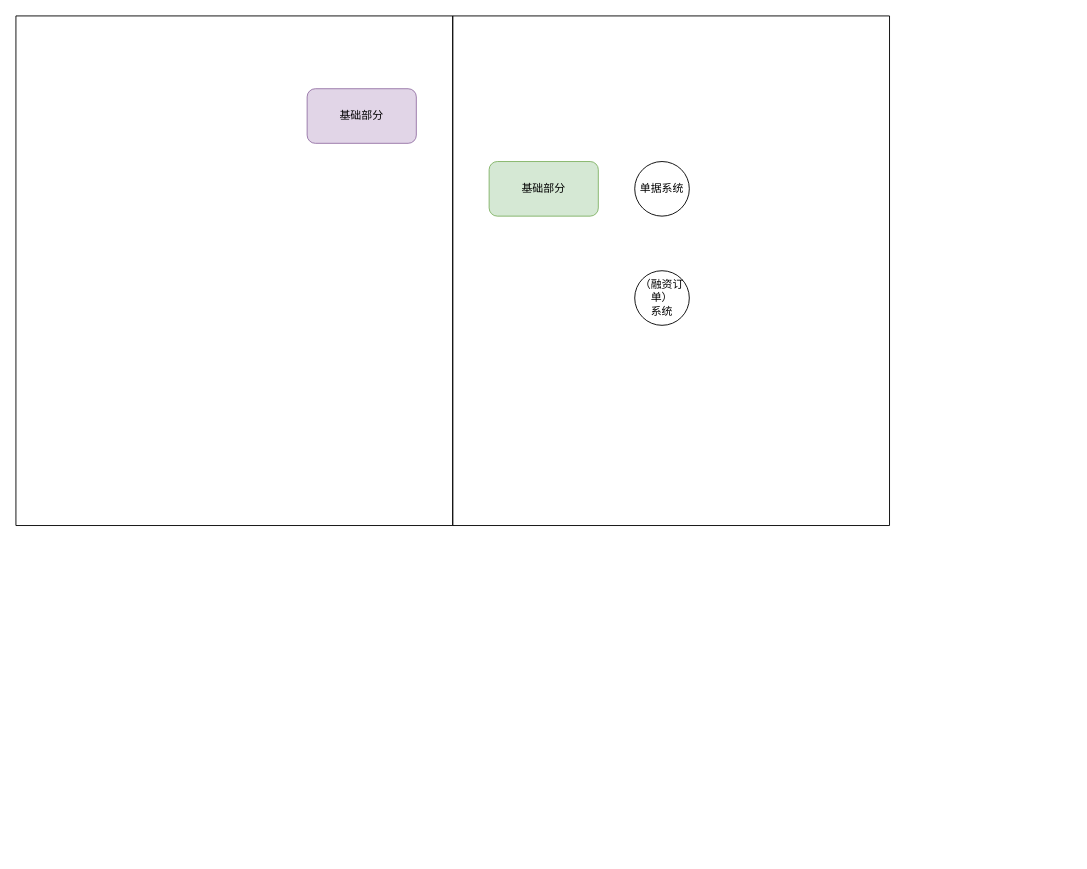
Earlier version of the draw.io diagram LLSI/电商&供应链金融对比.drawio (0573xieguojia/To-program). Source tidied: cells renumbered, new cells numbered last; positions are measured from the earlier drawing's top-left corner, leaving out a move shared by most shapes. Both pictures are drawn from the tidied source at 91%, with x=0, y=0 at pixel (15, 15).
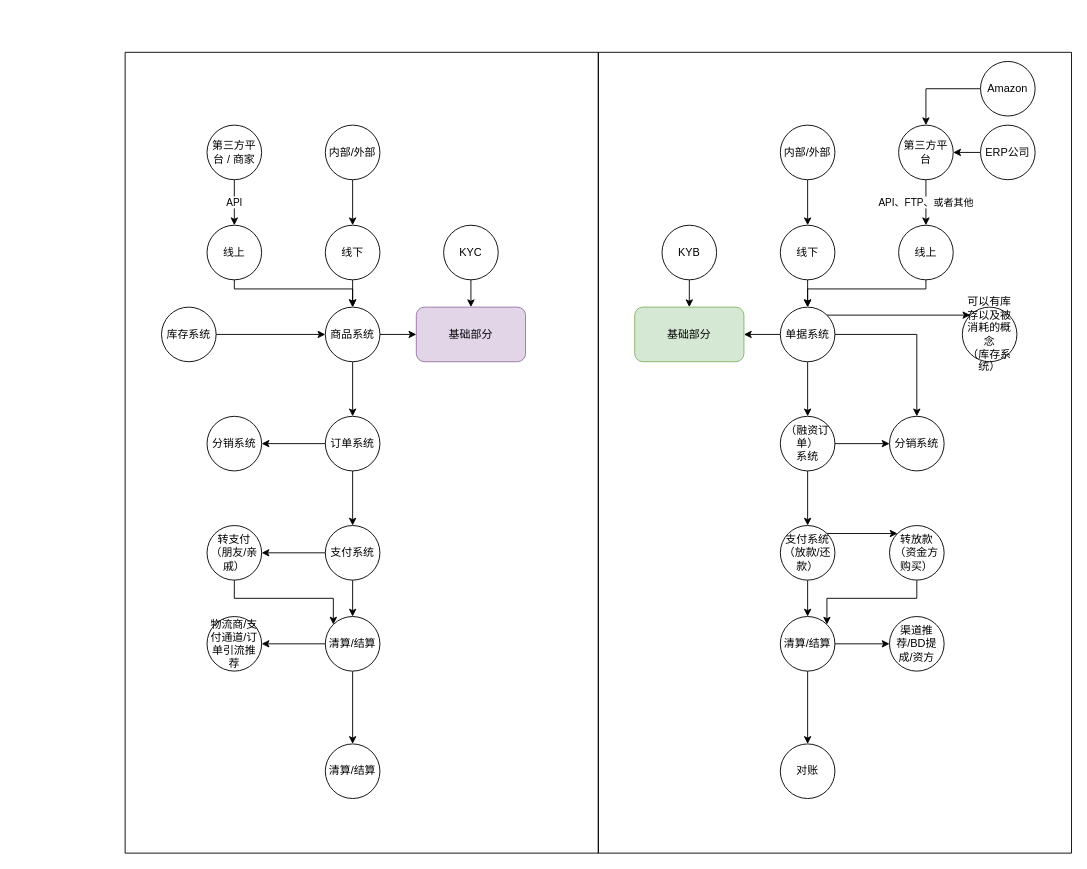
The same diagram, later.

Commit message:
更新电商&供应链金融对比.drawio

The edit, as a diff of the source:
```diff
@@
     <mxCell id="2" style="swimlane;startSize=0;" parent="1" vertex="1">
-      <mxGeometry width="480" height="560" as="geometry" />
+      <mxGeometry x="120" y="40" width="520" height="880" as="geometry" />
     </mxCell>
     <mxCell id="3" value="基础部分" style="rounded=1;whiteSpace=wrap;html=1;fillColor=#e1d5e7;strokeColor=#9673a6;" parent="2" vertex="1">
-      <mxGeometry x="320" y="80" width="120" height="60" as="geometry" />
+      <mxGeometry x="320" y="280" width="120" height="60" as="geometry" />
     </mxCell>
+    <mxCell id="8" style="edgeStyle=orthogonalEdgeStyle;rounded=0;jettySize=auto;html=1;exitX=0.5;exitY=1;exitDx=0;exitDy=0;entryX=0.5;entryY=0;entryDx=0;entryDy=0;" parent="2" edge="1" source="9" target="3">
+      <mxGeometry relative="1" as="geometry" />
+    </mxCell>
+    <mxCell id="9" value="KYC" style="ellipse;whiteSpace=wrap;html=1;" parent="2" vertex="1">
+      <mxGeometry x="350" y="190" width="60" height="60" as="geometry" />
+    </mxCell>
+    <mxCell id="10" style="edgeStyle=orthogonalEdgeStyle;rounded=0;jettySize=auto;html=1;exitX=0.5;exitY=1;exitDx=0;exitDy=0;entryX=0.5;entryY=0;entryDx=0;entryDy=0;" parent="2" edge="1" source="11" target="20">
+      <mxGeometry relative="1" as="geometry" />
+    </mxCell>
+    <mxCell id="11" value="线下" style="ellipse;whiteSpace=wrap;html=1;" parent="2" vertex="1">
+      <mxGeometry x="220" y="190" width="60" height="60" as="geometry" />
+    </mxCell>
+    <mxCell id="12" style="edgeStyle=orthogonalEdgeStyle;rounded=0;jettySize=auto;html=1;exitX=0.5;exitY=1;exitDx=0;exitDy=0;entryX=0.5;entryY=0;entryDx=0;entryDy=0;" parent="2" edge="1" source="13" target="20">
+      <mxGeometry relative="1" as="geometry">
+        <Array as="points">
+          <mxPoint x="120" y="260" />
+          <mxPoint x="250" y="260" />
+        </Array>
+      </mxGeometry>
+    </mxCell>
+    <mxCell id="13" value="线上" style="ellipse;whiteSpace=wrap;html=1;" parent="2" vertex="1">
+      <mxGeometry x="90" y="190" width="60" height="60" as="geometry" />
+    </mxCell>
+    <mxCell id="14" style="edgeStyle=orthogonalEdgeStyle;rounded=0;jettySize=auto;html=1;exitX=0.5;exitY=1;exitDx=0;exitDy=0;entryX=0.5;entryY=0;entryDx=0;entryDy=0;" parent="2" edge="1" source="15" target="11">
+      <mxGeometry relative="1" as="geometry" />
+    </mxCell>
+    <mxCell id="15" value="内部/外部" style="ellipse;whiteSpace=wrap;html=1;" parent="2" vertex="1">
+      <mxGeometry x="220" y="80" width="60" height="60" as="geometry" />
+    </mxCell>
+    <mxCell id="16" value="API" style="edgeStyle=orthogonalEdgeStyle;rounded=0;jettySize=auto;html=1;exitX=0.5;exitY=1;exitDx=0;exitDy=0;entryX=0.5;entryY=0;entryDx=0;entryDy=0;" parent="2" edge="1" source="17" target="13">
+      <mxGeometry relative="1" as="geometry" />
+    </mxCell>
+    <mxCell id="17" value="第三方平台 / 商家" style="ellipse;whiteSpace=wrap;html=1;" parent="2" vertex="1">
+      <mxGeometry x="90" y="80" width="60" height="60" as="geometry" />
+    </mxCell>
+    <mxCell id="18" style="edgeStyle=orthogonalEdgeStyle;rounded=0;jettySize=auto;html=1;exitX=1;exitY=0.5;exitDx=0;exitDy=0;entryX=0;entryY=0.5;entryDx=0;entryDy=0;" parent="2" edge="1" source="20" target="3">
+      <mxGeometry relative="1" as="geometry" />
+    </mxCell>
+    <mxCell id="19" style="edgeStyle=orthogonalEdgeStyle;rounded=0;jettySize=auto;html=1;exitX=0.5;exitY=1;exitDx=0;exitDy=0;" parent="2" edge="1" source="20" target="23">
+      <mxGeometry relative="1" as="geometry" />
+    </mxCell>
+    <mxCell id="20" value="商品系统" style="ellipse;whiteSpace=wrap;html=1;" parent="2" vertex="1">
+      <mxGeometry x="220" y="280" width="60" height="60" as="geometry" />
+    </mxCell>
+    <mxCell id="21" style="edgeStyle=orthogonalEdgeStyle;rounded=0;jettySize=auto;html=1;exitX=0;exitY=0.5;exitDx=0;exitDy=0;entryX=1;entryY=0.5;entryDx=0;entryDy=0;" parent="2" edge="1" source="23" target="24">
+      <mxGeometry relative="1" as="geometry" />
+    </mxCell>
+    <mxCell id="22" style="edgeStyle=orthogonalEdgeStyle;rounded=0;jettySize=auto;html=1;exitX=0.5;exitY=1;exitDx=0;exitDy=0;entryX=0.5;entryY=0;entryDx=0;entryDy=0;" parent="2" edge="1" source="23" target="29">
+      <mxGeometry relative="1" as="geometry" />
+    </mxCell>
+    <mxCell id="23" value="订单系统" style="ellipse;whiteSpace=wrap;html=1;" parent="2" vertex="1">
+      <mxGeometry x="220" y="400" width="60" height="60" as="geometry" />
+    </mxCell>
+    <mxCell id="24" value="分销系统" style="ellipse;whiteSpace=wrap;html=1;" parent="2" vertex="1">
+      <mxGeometry x="90" y="400" width="60" height="60" as="geometry" />
+    </mxCell>
+    <mxCell id="25" style="edgeStyle=orthogonalEdgeStyle;rounded=0;jettySize=auto;html=1;exitX=1;exitY=0.5;exitDx=0;exitDy=0;entryX=0;entryY=0.5;entryDx=0;entryDy=0;" parent="2" edge="1" source="26" target="20">
+      <mxGeometry relative="1" as="geometry" />
+    </mxCell>
+    <mxCell id="26" value="库存系统" style="ellipse;whiteSpace=wrap;html=1;" parent="2" vertex="1">
+      <mxGeometry x="40" y="280" width="60" height="60" as="geometry" />
+    </mxCell>
+    <mxCell id="27" style="edgeStyle=orthogonalEdgeStyle;rounded=0;jettySize=auto;html=1;exitX=0;exitY=0.5;exitDx=0;exitDy=0;entryX=1;entryY=0.5;entryDx=0;entryDy=0;" parent="2" edge="1" source="29" target="31">
+      <mxGeometry relative="1" as="geometry" />
+    </mxCell>
+    <mxCell id="28" style="edgeStyle=orthogonalEdgeStyle;rounded=0;jettySize=auto;html=1;exitX=0.5;exitY=1;exitDx=0;exitDy=0;" parent="2" edge="1" source="29" target="34">
+      <mxGeometry relative="1" as="geometry" />
+    </mxCell>
+    <mxCell id="29" value="支付系统" style="ellipse;whiteSpace=wrap;html=1;" parent="2" vertex="1">
+      <mxGeometry x="220" y="520" width="60" height="60" as="geometry" />
+    </mxCell>
+    <mxCell id="30" style="edgeStyle=orthogonalEdgeStyle;rounded=0;jettySize=auto;html=1;exitX=0.5;exitY=1;exitDx=0;exitDy=0;entryX=0;entryY=0;entryDx=0;entryDy=0;" parent="2" edge="1" source="31" target="34">
+      <mxGeometry relative="1" as="geometry" />
+    </mxCell>
+    <mxCell id="31" value="转支付（朋友/亲戚）" style="ellipse;whiteSpace=wrap;html=1;" parent="2" vertex="1">
+      <mxGeometry x="90" y="520" width="60" height="60" as="geometry" />
+    </mxCell>
+    <mxCell id="32" style="edgeStyle=orthogonalEdgeStyle;rounded=0;jettySize=auto;html=1;exitX=0.5;exitY=1;exitDx=0;exitDy=0;entryX=0.5;entryY=0;entryDx=0;entryDy=0;" parent="2" edge="1" source="34" target="35">
+      <mxGeometry relative="1" as="geometry" />
+    </mxCell>
+    <mxCell id="33" style="edgeStyle=orthogonalEdgeStyle;rounded=0;jettySize=auto;html=1;exitX=0;exitY=0.5;exitDx=0;exitDy=0;entryX=1;entryY=0.5;entryDx=0;entryDy=0;" parent="2" edge="1" source="34" target="36">
+      <mxGeometry relative="1" as="geometry" />
+    </mxCell>
+    <mxCell id="34" value="清算/结算" style="ellipse;whiteSpace=wrap;html=1;" parent="2" vertex="1">
+      <mxGeometry x="220" y="620" width="60" height="60" as="geometry" />
+    </mxCell>
+    <mxCell id="35" value="清算/结算" style="ellipse;whiteSpace=wrap;html=1;" parent="2" vertex="1">
+      <mxGeometry x="220" y="760" width="60" height="60" as="geometry" />
+    </mxCell>
+    <mxCell id="36" value="物流商/支付通道/订单引流推荐" style="ellipse;whiteSpace=wrap;html=1;" parent="2" vertex="1">
+      <mxGeometry x="90" y="620" width="60" height="60" as="geometry" />
+    </mxCell>
     <mxCell id="4" style="swimlane;startSize=0;" parent="1" vertex="1">
-      <mxGeometry x="480" width="480" height="560" as="geometry" />
+      <mxGeometry x="640" y="40" width="520" height="880" as="geometry" />
     </mxCell>
     <mxCell id="5" value="基础部分" style="rounded=1;whiteSpace=wrap;html=1;fillColor=#d5e8d4;strokeColor=#82b366;" parent="4" vertex="1">
-      <mxGeometry x="40" y="160" width="120" height="60" as="geometry" />
+      <mxGeometry x="40" y="280" width="120" height="60" as="geometry" />
     </mxCell>
+    <mxCell id="37" style="edgeStyle=orthogonalEdgeStyle;rounded=0;jettySize=auto;html=1;exitX=0.5;exitY=1;exitDx=0;exitDy=0;entryX=0.5;entryY=0;entryDx=0;entryDy=0;" parent="4" edge="1" source="6" target="7">
+      <mxGeometry relative="1" as="geometry" />
+    </mxCell>
+    <mxCell id="38" style="edgeStyle=orthogonalEdgeStyle;rounded=0;jettySize=auto;html=1;exitX=1;exitY=0.5;exitDx=0;exitDy=0;entryX=0.5;entryY=0;entryDx=0;entryDy=0;" parent="4" edge="1" source="6" target="55">
+      <mxGeometry relative="1" as="geometry" />
+    </mxCell>
+    <mxCell id="39" style="edgeStyle=orthogonalEdgeStyle;rounded=0;jettySize=auto;html=1;exitX=1;exitY=0;exitDx=0;exitDy=0;entryX=0;entryY=0;entryDx=0;entryDy=0;" parent="4" edge="1" source="6" target="56">
+      <mxGeometry relative="1" as="geometry" />
+    </mxCell>
+    <mxCell id="40" style="edgeStyle=orthogonalEdgeStyle;rounded=0;jettySize=auto;html=1;exitX=0;exitY=0.5;exitDx=0;exitDy=0;entryX=1;entryY=0.5;entryDx=0;entryDy=0;" parent="4" edge="1" source="6" target="5">
+      <mxGeometry relative="1" as="geometry" />
+    </mxCell>
     <mxCell id="6" value="单据系统" style="ellipse;whiteSpace=wrap;html=1;" parent="4" vertex="1">
-      <mxGeometry x="200" y="160" width="60" height="60" as="geometry" />
+      <mxGeometry x="200" y="280" width="60" height="60" as="geometry" />
     </mxCell>
+    <mxCell id="41" style="edgeStyle=orthogonalEdgeStyle;rounded=0;jettySize=auto;html=1;exitX=1;exitY=0.5;exitDx=0;exitDy=0;entryX=0;entryY=0.5;entryDx=0;entryDy=0;" parent="4" edge="1" source="7" target="55">
+      <mxGeometry relative="1" as="geometry" />
+    </mxCell>
+    <mxCell id="42" style="edgeStyle=orthogonalEdgeStyle;rounded=0;jettySize=auto;html=1;exitX=0.5;exitY=1;exitDx=0;exitDy=0;" parent="4" edge="1" source="7" target="61">
+      <mxGeometry relative="1" as="geometry" />
+    </mxCell>
     <mxCell id="7" value="（融资订单）&lt;br&gt;系统" style="ellipse;whiteSpace=wrap;html=1;" parent="4" vertex="1">
-      <mxGeometry x="200" y="280" width="60" height="60" as="geometry" />
+      <mxGeometry x="200" y="400" width="60" height="60" as="geometry" />
     </mxCell>
+    <mxCell id="43" style="edgeStyle=orthogonalEdgeStyle;rounded=0;jettySize=auto;html=1;exitX=0.5;exitY=1;exitDx=0;exitDy=0;entryX=0.5;entryY=0;entryDx=0;entryDy=0;" parent="4" edge="1" source="44" target="6">
+      <mxGeometry relative="1" as="geometry" />
+    </mxCell>
+    <mxCell id="44" value="线下" style="ellipse;whiteSpace=wrap;html=1;" parent="4" vertex="1">
+      <mxGeometry x="200" y="190" width="60" height="60" as="geometry" />
+    </mxCell>
+    <mxCell id="45" style="edgeStyle=orthogonalEdgeStyle;rounded=0;jettySize=auto;html=1;exitX=0.5;exitY=1;exitDx=0;exitDy=0;" parent="4" edge="1" source="46" target="44">
+      <mxGeometry relative="1" as="geometry" />
+    </mxCell>
+    <mxCell id="46" value="内部/外部" style="ellipse;whiteSpace=wrap;html=1;" parent="4" vertex="1">
+      <mxGeometry x="200" y="80" width="60" height="60" as="geometry" />
+    </mxCell>
+    <mxCell id="47" style="edgeStyle=orthogonalEdgeStyle;rounded=0;jettySize=auto;html=1;exitX=0.5;exitY=1;exitDx=0;exitDy=0;entryX=0.5;entryY=0;entryDx=0;entryDy=0;" parent="4" edge="1" source="48" target="6">
+      <mxGeometry relative="1" as="geometry">
+        <Array as="points">
+          <mxPoint x="360" y="260" />
+          <mxPoint x="230" y="260" />
+        </Array>
+      </mxGeometry>
+    </mxCell>
+    <mxCell id="48" value="线上" style="ellipse;whiteSpace=wrap;html=1;" parent="4" vertex="1">
+      <mxGeometry x="330" y="190" width="60" height="60" as="geometry" />
+    </mxCell>
+    <mxCell id="49" value="API、FTP、或者其他" style="edgeStyle=orthogonalEdgeStyle;rounded=0;jettySize=auto;html=1;exitX=0.5;exitY=1;exitDx=0;exitDy=0;entryX=0.5;entryY=0;entryDx=0;entryDy=0;" parent="4" edge="1" source="50" target="48">
+      <mxGeometry relative="1" as="geometry" />
+    </mxCell>
+    <mxCell id="50" value="第三方平台" style="ellipse;whiteSpace=wrap;html=1;" parent="4" vertex="1">
+      <mxGeometry x="330" y="80" width="60" height="60" as="geometry" />
+    </mxCell>
+    <mxCell id="51" style="edgeStyle=orthogonalEdgeStyle;rounded=0;jettySize=auto;html=1;exitX=0;exitY=0.5;exitDx=0;exitDy=0;" parent="4" edge="1" source="52" target="50">
+      <mxGeometry relative="1" as="geometry" />
+    </mxCell>
+    <mxCell id="52" value="Amazon" style="ellipse;whiteSpace=wrap;html=1;" parent="4" vertex="1">
+      <mxGeometry x="420" y="10" width="60" height="60" as="geometry" />
+    </mxCell>
+    <mxCell id="53" style="edgeStyle=orthogonalEdgeStyle;rounded=0;jettySize=auto;html=1;exitX=0;exitY=0.5;exitDx=0;exitDy=0;entryX=1;entryY=0.5;entryDx=0;entryDy=0;" parent="4" edge="1" source="54" target="50">
+      <mxGeometry relative="1" as="geometry" />
+    </mxCell>
+    <mxCell id="54" value="ERP公司" style="ellipse;whiteSpace=wrap;html=1;" parent="4" vertex="1">
+      <mxGeometry x="420" y="80" width="60" height="60" as="geometry" />
+    </mxCell>
+    <mxCell id="55" value="分销系统" style="ellipse;whiteSpace=wrap;html=1;" parent="4" vertex="1">
+      <mxGeometry x="320" y="400" width="60" height="60" as="geometry" />
+    </mxCell>
+    <mxCell id="56" value="可以有库存以及被消耗的概念&lt;br&gt;（库存系统）" style="ellipse;whiteSpace=wrap;html=1;" parent="4" vertex="1">
+      <mxGeometry x="400" y="280" width="60" height="60" as="geometry" />
+    </mxCell>
+    <mxCell id="57" style="edgeStyle=orthogonalEdgeStyle;rounded=0;jettySize=auto;html=1;exitX=0.5;exitY=1;exitDx=0;exitDy=0;entryX=0.5;entryY=0;entryDx=0;entryDy=0;" parent="4" edge="1" source="58" target="5">
+      <mxGeometry relative="1" as="geometry" />
+    </mxCell>
+    <mxCell id="58" value="KYB" style="ellipse;whiteSpace=wrap;html=1;" parent="4" vertex="1">
+      <mxGeometry x="70" y="190" width="60" height="60" as="geometry" />
+    </mxCell>
+    <mxCell id="59" style="edgeStyle=orthogonalEdgeStyle;rounded=0;jettySize=auto;html=1;exitX=0.5;exitY=1;exitDx=0;exitDy=0;" parent="4" edge="1" source="61" target="65">
+      <mxGeometry relative="1" as="geometry" />
+    </mxCell>
+    <mxCell id="60" style="edgeStyle=orthogonalEdgeStyle;rounded=0;jettySize=auto;html=1;exitX=1;exitY=0;exitDx=0;exitDy=0;entryX=0;entryY=0;entryDx=0;entryDy=0;" parent="4" edge="1" source="61" target="63">
+      <mxGeometry relative="1" as="geometry" />
+    </mxCell>
+    <mxCell id="61" value="支付系统（放款/还款）" style="ellipse;whiteSpace=wrap;html=1;" parent="4" vertex="1">
+      <mxGeometry x="200" y="520" width="60" height="60" as="geometry" />
+    </mxCell>
+    <mxCell id="62" style="edgeStyle=orthogonalEdgeStyle;rounded=0;jettySize=auto;html=1;exitX=0.5;exitY=1;exitDx=0;exitDy=0;entryX=1;entryY=0;entryDx=0;entryDy=0;" parent="4" edge="1" source="63" target="65">
+      <mxGeometry relative="1" as="geometry" />
+    </mxCell>
+    <mxCell id="63" value="转放款&lt;br&gt;（资金方购买）" style="ellipse;whiteSpace=wrap;html=1;" parent="4" vertex="1">
+      <mxGeometry x="320" y="520" width="60" height="60" as="geometry" />
+    </mxCell>
+    <mxCell id="64" style="edgeStyle=orthogonalEdgeStyle;rounded=0;jettySize=auto;html=1;exitX=1;exitY=0.5;exitDx=0;exitDy=0;entryX=0;entryY=0.5;entryDx=0;entryDy=0;" parent="4" edge="1" source="65" target="66">
+      <mxGeometry relative="1" as="geometry" />
+    </mxCell>
+    <mxCell id="65" value="清算/结算" style="ellipse;whiteSpace=wrap;html=1;" parent="4" vertex="1">
+      <mxGeometry x="200" y="620" width="60" height="60" as="geometry" />
+    </mxCell>
+    <mxCell id="66" value="渠道推荐/BD提成/资方" style="ellipse;whiteSpace=wrap;html=1;" parent="4" vertex="1">
+      <mxGeometry x="320" y="620" width="60" height="60" as="geometry" />
+    </mxCell>
+    <mxCell id="67" value="对账" style="ellipse;whiteSpace=wrap;html=1;" parent="4" vertex="1">
+      <mxGeometry x="200" y="760" width="60" height="60" as="geometry" />
+    </mxCell>
+    <mxCell id="68" style="edgeStyle=orthogonalEdgeStyle;rounded=0;jettySize=auto;html=1;exitX=0.5;exitY=1;exitDx=0;exitDy=0;" parent="4" edge="1" source="65" target="67">
+      <mxGeometry relative="1" as="geometry" />
+    </mxCell>
```
